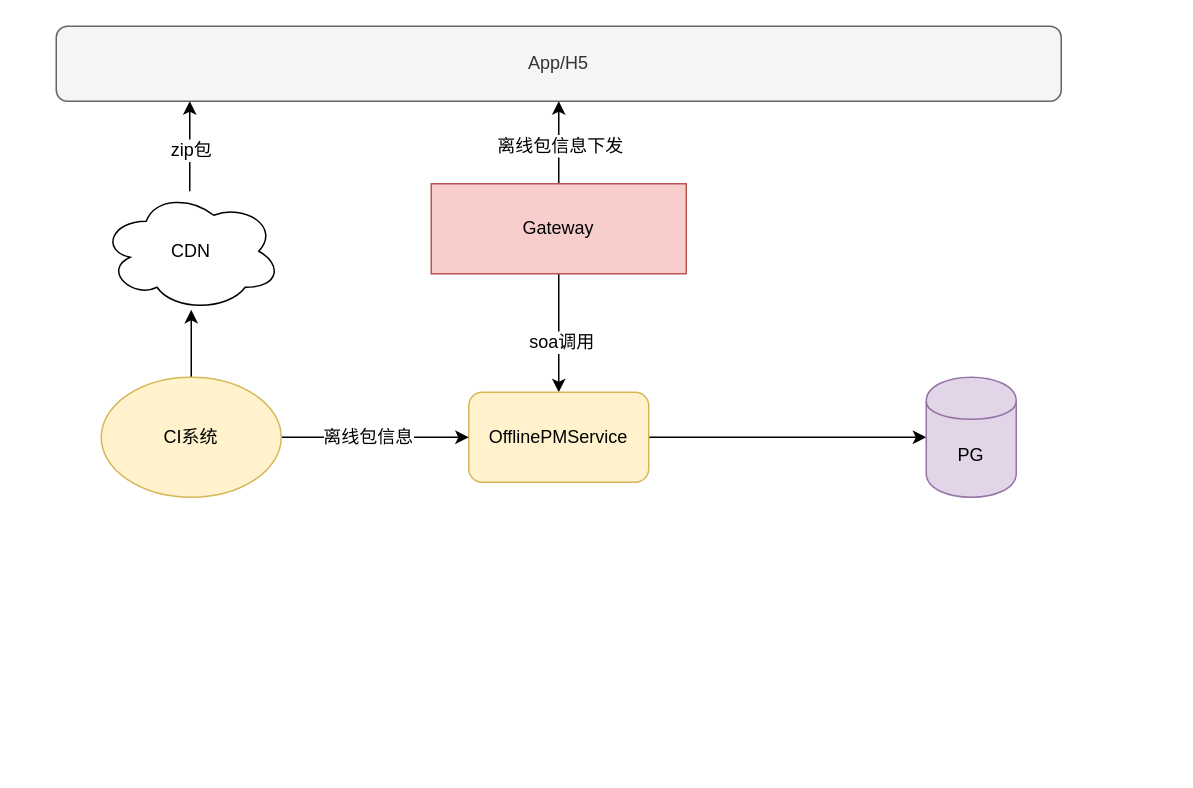
This is offlinepm.drawio from zyhui98/drawio, a draw.io file, before an edit. Source tidied: cells renumbered, new cells numbered last; positions are measured from the earlier drawing's top-left corner, leaving out a move shared by most shapes. Both pictures are drawn from the tidied source at 150%, with x=0, y=0 at pixel (56, 26).
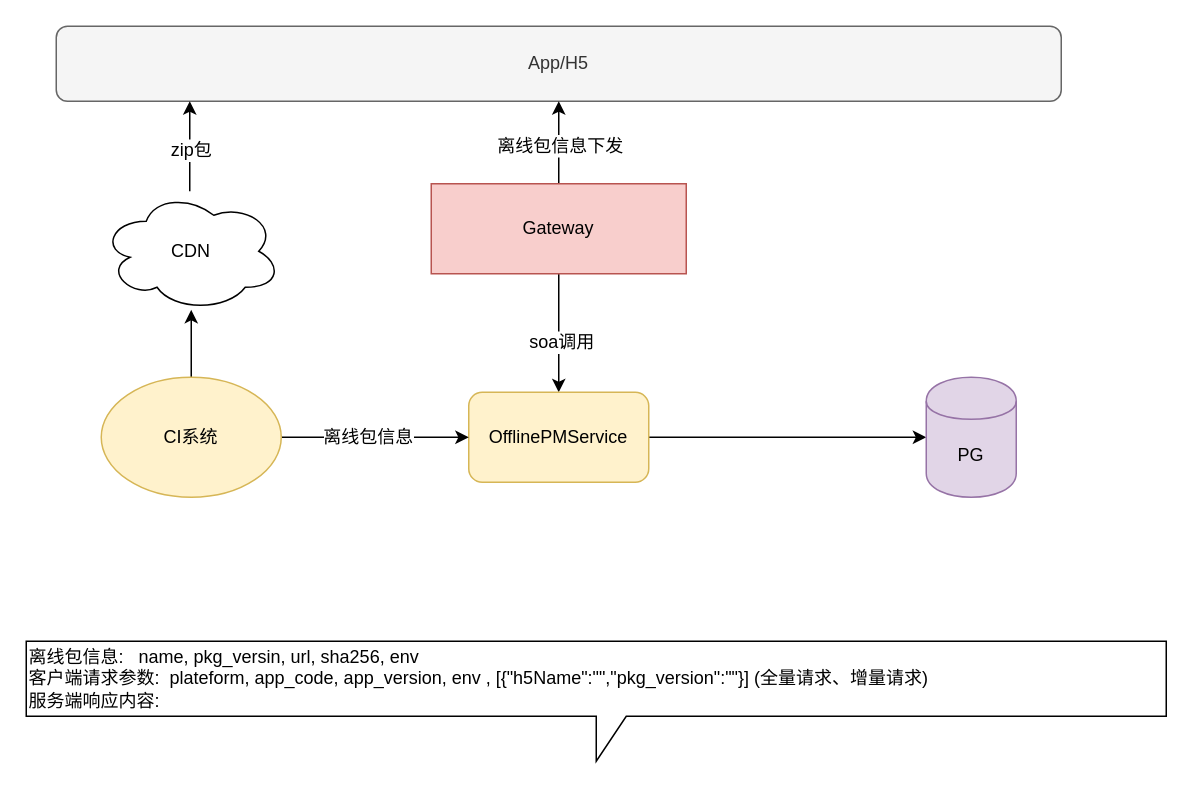
The same diagram, later.

The edit, as a diff of the source:
```diff
@@
+    <mxCell id="18" value="离线包信息:&amp;nbsp; &amp;nbsp;name, pkg_versin, url, sha256, env&amp;nbsp; &amp;nbsp; &amp;nbsp; &amp;nbsp; &amp;nbsp; &amp;nbsp; &amp;nbsp; &amp;nbsp; &amp;nbsp; &amp;nbsp; &amp;nbsp; &amp;nbsp; &amp;nbsp; &lt;br&gt;客户端请求参数:&amp;nbsp; plateform, app_code, app_version, env , [{&quot;h5Name&quot;:&quot;&quot;,&quot;pkg_version&quot;:&quot;&quot;}] (全量请求、增量请求)&lt;br&gt;服务端响应内容:&amp;nbsp;" style="shape=callout;html=1;perimeter=calloutPerimeter;align=left;" parent="1" vertex="1">
+      <mxGeometry x="-20" y="410" width="760" height="80" as="geometry" />
+    </mxCell>
```
